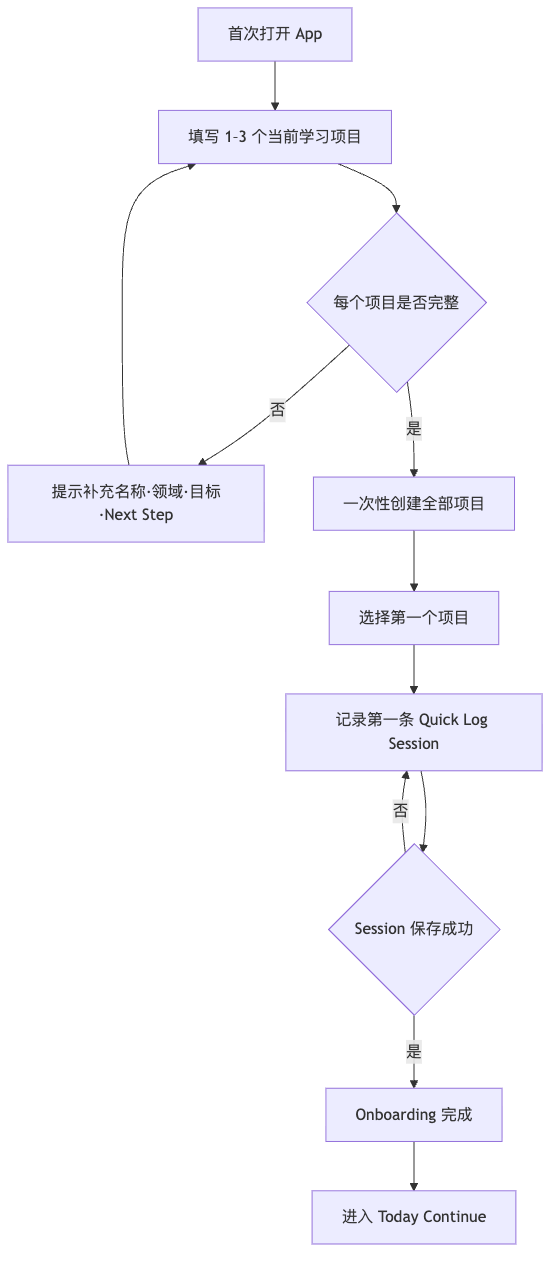
Earlier version of the Mermaid export diagrams/product-onboarding-flow.png (Panhe-C/self-study-studio). Its source is kept beside it as diagrams/product-onboarding-flow.mmd. The source it was exported from:
```mermaid
flowchart TD
  A[首次打开 App] --> B[填写 1–3 个当前学习项目]
  B --> C{每个项目是否完整}
  C -->|否| D[提示补充名称·领域·目标·Next Step]
  D --> B
  C -->|是| E[一次性创建全部项目]
  E --> F[选择第一个项目]
  F --> G[记录第一条 Quick Log Session]
  G --> H{Session 保存成功}
  H -->|否| G
  H -->|是| I[Onboarding 完成]
  I --> J[进入 Today Continue]
```
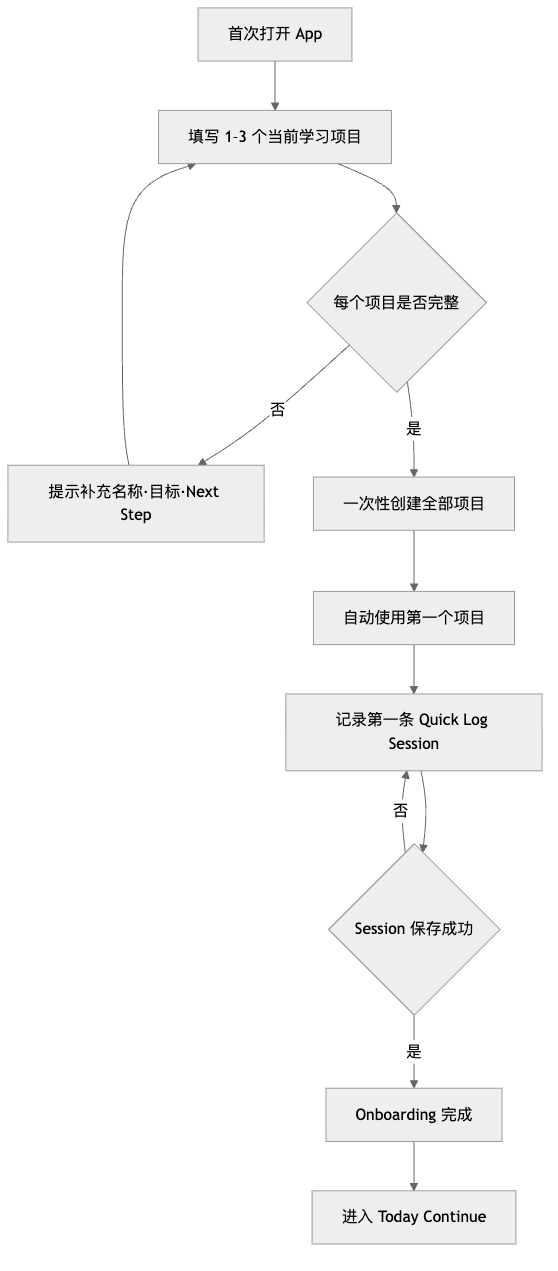
Above is the later version.

Change to the diagram source:
```diff
@@ -1,10 +1,10 @@
 flowchart TD
   A[首次打开 App] --> B[填写 1–3 个当前学习项目]
   B --> C{每个项目是否完整}
-  C -->|否| D[提示补充名称·领域·目标·Next Step]
+  C -->|否| D[提示补充名称·目标·Next Step]
   D --> B
   C -->|是| E[一次性创建全部项目]
-  E --> F[选择第一个项目]
+  E --> F[自动使用第一个项目]
   F --> G[记录第一条 Quick Log Session]
   G --> H{Session 保存成功}
   H -->|否| G
```
